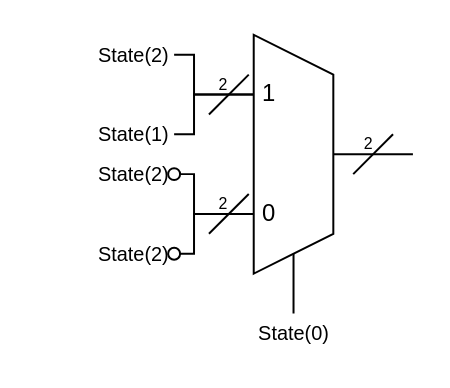
This is controlLogic.drawio from FranciscoPRosa/NEEC_test, a draw.io file, before an edit. Source tidied: cells renumbered, new cells numbered last; positions are measured from the earlier drawing's top-left corner, leaving out a move shared by most shapes. Both pictures are drawn from the tidied source at 199%, with x=0, y=0 at pixel (94, 34).
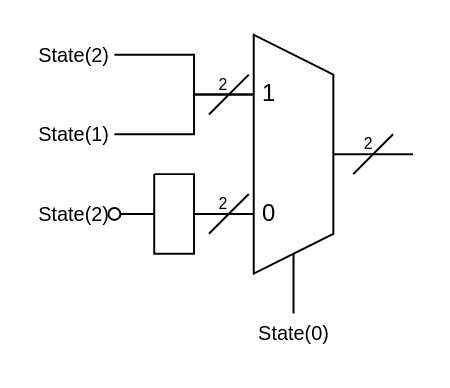
The same diagram, later.

The change refers to these unchanged cells:
```xml
<mxCell id="3" style="shape=trapezoid;perimeter=trapezoidPerimeter;whiteSpace=wrap;html=1;fixedSize=1;rotation=90;" parent="1" vertex="1">
  <mxGeometry x="40" y="40" width="120" height="40" as="geometry" />
</mxCell>
```

What changed in the source:
```diff
@@
     <mxCell id="5" value="State(2)" style="text;html=1;align=center;verticalAlign=middle;whiteSpace=wrap;rounded=0;fontSize=10;" parent="1" vertex="1">
-      <mxGeometry width="40" height="20" as="geometry" />
+      <mxGeometry x="-30" width="40" height="20" as="geometry" />
     </mxCell>
@@
     <mxCell id="7" value="State(1)" style="text;html=1;align=center;verticalAlign=middle;whiteSpace=wrap;rounded=0;fontSize=10;" parent="1" vertex="1">
-      <mxGeometry y="40" width="40" height="20" as="geometry" />
+      <mxGeometry x="-30" y="40" width="40" height="20" as="geometry" />
     </mxCell>
     <mxCell id="8" value="State(2)" style="text;html=1;align=center;verticalAlign=middle;whiteSpace=wrap;rounded=0;fontSize=10;" parent="1" vertex="1">
-      <mxGeometry y="100" width="40" height="20" as="geometry" />
+      <mxGeometry x="-30" y="80" width="40" height="20" as="geometry" />
     </mxCell>
@@
-    <mxCell id="12" style="edgeStyle=orthogonalEdgeStyle;rounded=0;jettySize=auto;html=1;entryX=0.75;entryY=1;entryDx=0;entryDy=0;startArrow=oval;startFill=0;endArrow=none;endFill=0;" parent="1" edge="1" source="8" target="3">
-      <mxGeometry relative="1" as="geometry">
-        <Array as="points">
-          <mxPoint x="50" y="110" />
-          <mxPoint x="50" y="90" />
-        </Array>
-      </mxGeometry>
-    </mxCell>
-    <mxCell id="13" style="edgeStyle=orthogonalEdgeStyle;rounded=0;jettySize=auto;html=1;endArrow=none;endFill=0;startArrow=oval;startFill=0;" parent="1" edge="1" source="14">
-      <mxGeometry relative="1" as="geometry">
-        <mxPoint x="80" y="90" as="targetPoint" />
-        <Array as="points">
-          <mxPoint x="50" y="70" />
-          <mxPoint x="50" y="90" />
-        </Array>
-      </mxGeometry>
-    </mxCell>
-    <mxCell id="14" value="State(2)" style="text;html=1;align=center;verticalAlign=middle;whiteSpace=wrap;rounded=0;fontSize=10;" parent="1" vertex="1">
-      <mxGeometry y="60" width="40" height="20" as="geometry" />
-    </mxCell>
@@
+    <mxCell id="22" style="endArrow=none;html=1;rounded=0;entryX=0.75;entryY=1;entryDx=0;entryDy=0;startArrow=oval;startFill=0;" parent="1" edge="1" target="3">
+      <mxGeometry relative="1" as="geometry">
+        <mxPoint x="10" y="90" as="sourcePoint" />
+        <Array as="points">
+          <mxPoint x="30" y="90" />
+          <mxPoint x="30" y="70" />
+          <mxPoint x="30" y="110" />
+          <mxPoint x="50" y="110" />
+          <mxPoint x="50" y="100" />
+          <mxPoint x="50" y="90" />
+        </Array>
+      </mxGeometry>
+    </mxCell>
+    <mxCell id="23" style="endArrow=none;html=1;rounded=0;" parent="1" edge="1">
+      <mxGeometry relative="1" as="geometry">
+        <mxPoint x="30" y="70" as="sourcePoint" />
+        <mxPoint x="80" y="90" as="targetPoint" />
+        <Array as="points">
+          <mxPoint x="40" y="70" />
+          <mxPoint x="50" y="70" />
+          <mxPoint x="50" y="90" />
+        </Array>
+      </mxGeometry>
+    </mxCell>
```
